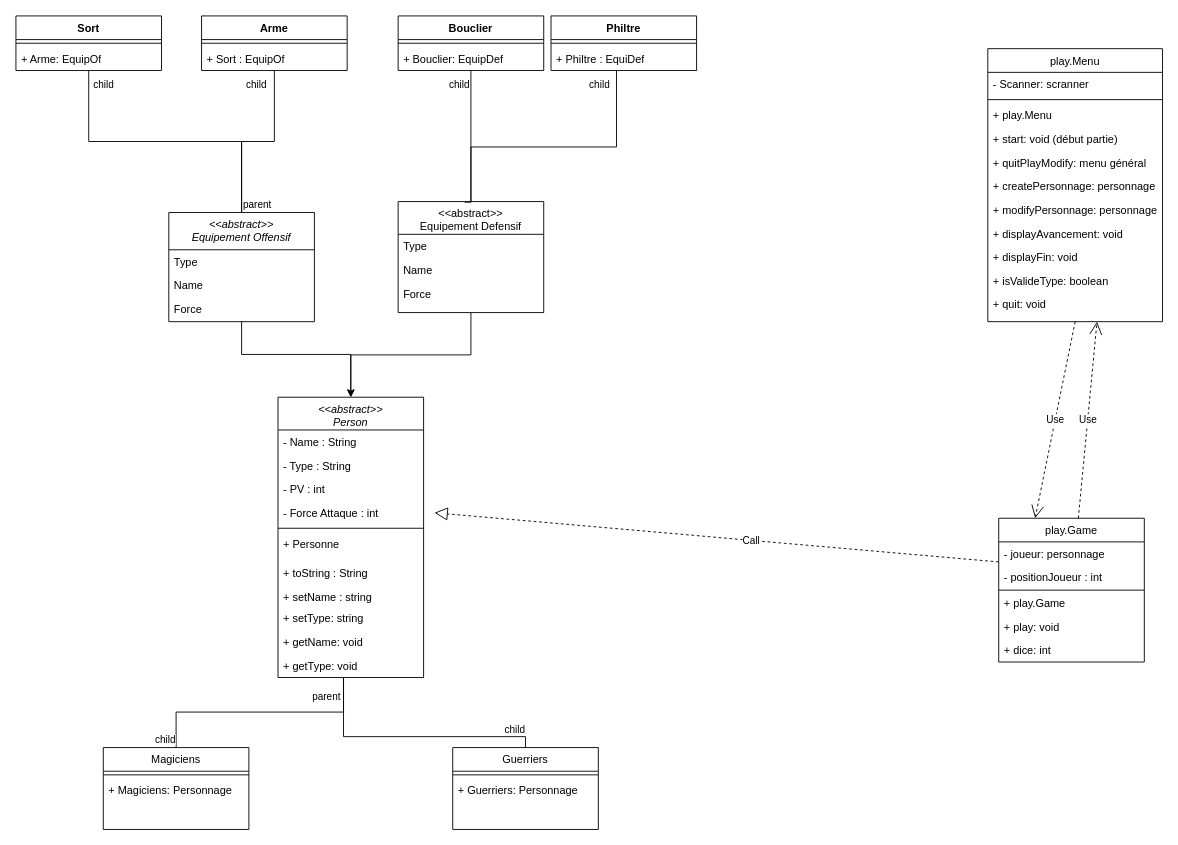
Earlier version of the draw.io diagram Diagramme sans nom.drawio (Riquet-C/Donjon-Dragons). Source tidied: cells renumbered, new cells numbered last; positions are measured from the earlier drawing's top-left corner, leaving out a move shared by most shapes. Both pictures are drawn from the tidied source at 91%, with x=0, y=0 at pixel (15, 15).
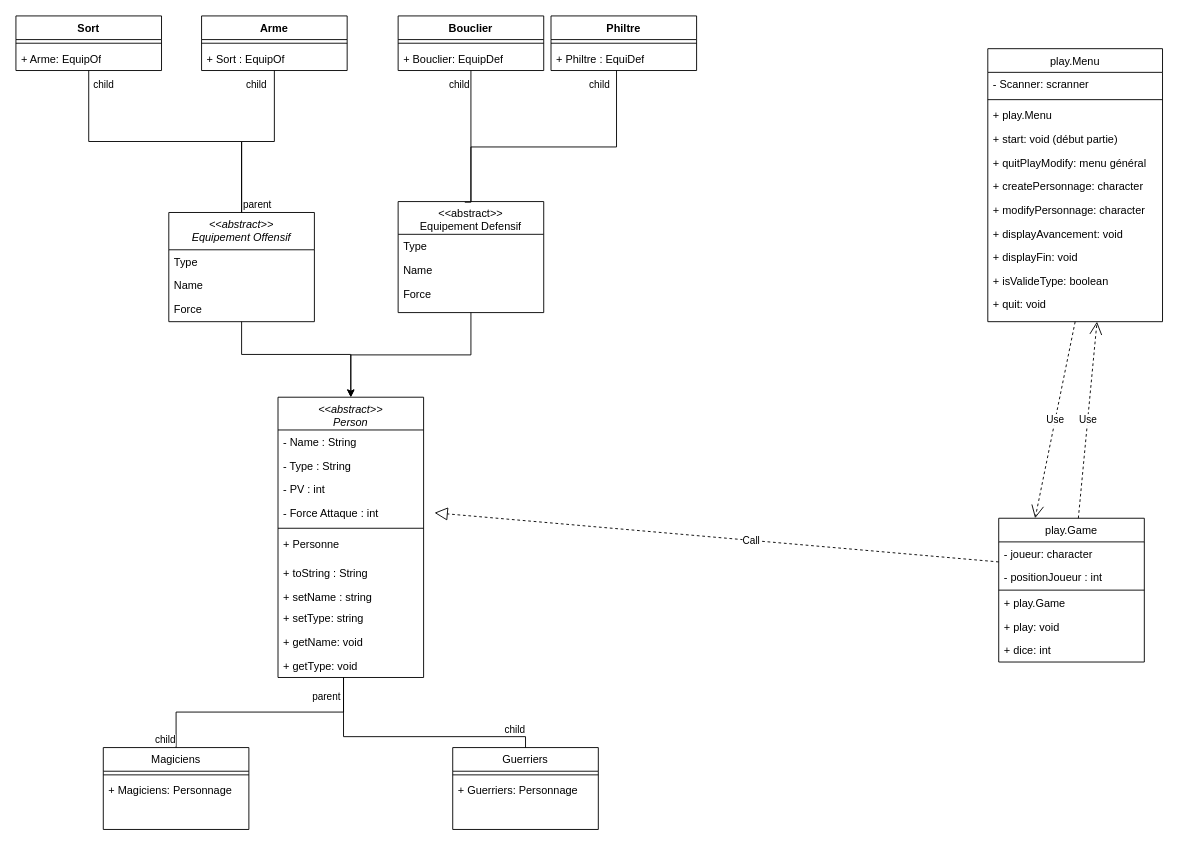
The same diagram, later.

Unchanged cells that the change refers to:
```xml
<mxCell id="29" value="play.Menu" style="swimlane;fontStyle=0;align=center;verticalAlign=top;horizontal=1;startSize=26;rounded=0;shadow=0;strokeWidth=1;" parent="1" vertex="1">
  <mxGeometry x="1068" y="36" width="192" height="300" as="geometry" />
</mxCell>
<mxCell id="41" value="play.Game" style="swimlane;fontStyle=0;align=center;verticalAlign=top;horizontal=1;startSize=26;rounded=0;shadow=0;strokeWidth=1;" parent="1" vertex="1">
  <mxGeometry x="1080" y="552" width="160" height="158" as="geometry" />
</mxCell>
```

What changed in the source:
```diff
@@
-    <mxCell id="35" value="+ createPersonnage: personnage" style="text;align=left;verticalAlign=top;spacingLeft=4;spacingRight=4;overflow=hidden;" parent="29" vertex="1">
+    <mxCell id="35" value="+ createPersonnage: character" style="text;align=left;verticalAlign=top;spacingLeft=4;spacingRight=4;overflow=hidden;" parent="29" vertex="1">
       <mxGeometry y="138" width="192" height="26" as="geometry" />
     </mxCell>
-    <mxCell id="36" value="+ modifyPersonnage: personnage" style="text;align=left;verticalAlign=top;spacingLeft=4;spacingRight=4;overflow=hidden;" parent="29" vertex="1">
+    <mxCell id="36" value="+ modifyPersonnage: character" style="text;align=left;verticalAlign=top;spacingLeft=4;spacingRight=4;overflow=hidden;" parent="29" vertex="1">
       <mxGeometry y="164" width="192" height="26" as="geometry" />
     </mxCell>
@@
-    <mxCell id="42" value="- joueur: personnage" style="text;align=left;verticalAlign=top;spacingLeft=4;spacingRight=4;overflow=hidden;points=[[0,0.5],[1,0.5]];portConstraint=eastwest;" parent="41" vertex="1">
+    <mxCell id="42" value="- joueur: character" style="text;align=left;verticalAlign=top;spacingLeft=4;spacingRight=4;overflow=hidden;points=[[0,0.5],[1,0.5]];portConstraint=eastwest;" parent="41" vertex="1">
       <mxGeometry y="26" width="160" height="26" as="geometry" />
     </mxCell>
```
